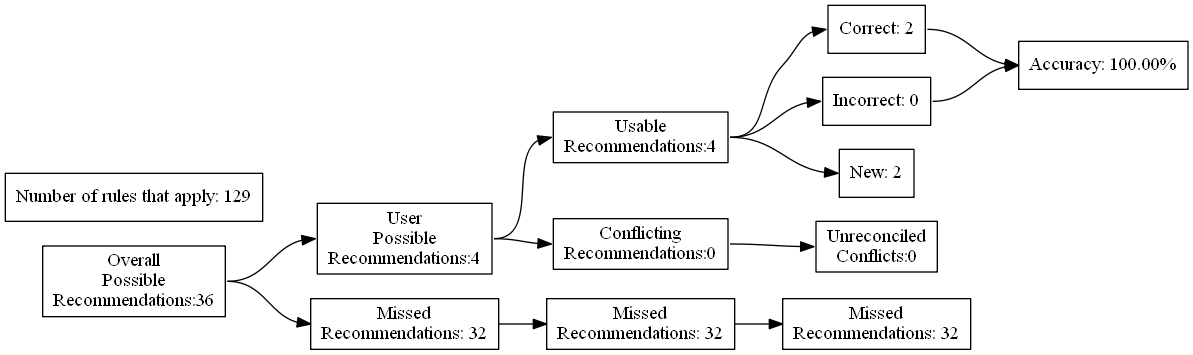
The Graphviz diagram test_renders/18.gv.png in ZaxR/ibd_diet_analysis, before a commit. Its source is kept beside it as test_renders/18.gv.
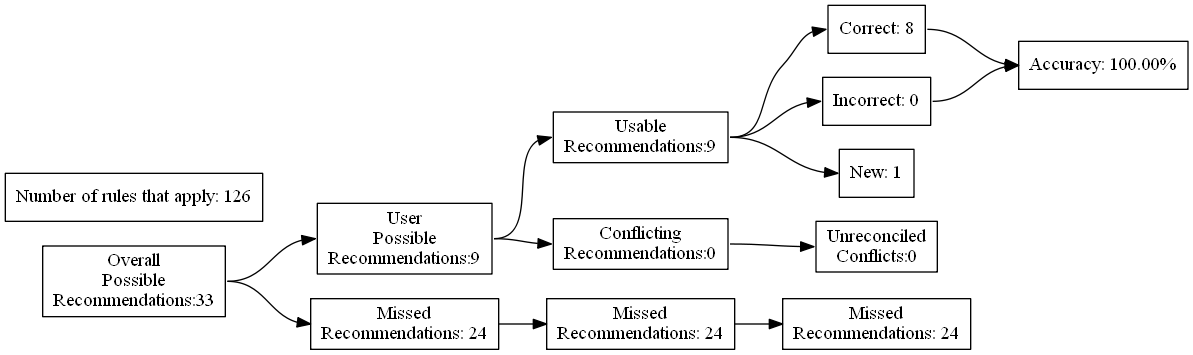
Later version of the same file.

What changed in the source:
```diff
@@ -4,27 +4,27 @@
 	edge [headport=w tailport=e]
 		A [label="Overall
 Possible
-Recommendations:36"]
+Recommendations:33"]
 		B [label="User
 Possible
-Recommendations:4"]
+Recommendations:9"]
 		C [label="Missed
-Recommendations: 32"]
+Recommendations: 24"]
 		D [label="Usable
-Recommendations:4"]
+Recommendations:9"]
 		E [label="Conflicting
 Recommendations:0"]
 		J [label="Missed
-Recommendations: 32"]
+Recommendations: 24"]
 		M [label="Unreconciled
 Conflicts:0"]
-		F [label="Correct: 2"]
+		F [label="Correct: 8"]
 		G [label="Incorrect: 0"]
-		H [label="New: 2"]
+		H [label="New: 1"]
 		K [label="Missed
-Recommendations: 32"]
+Recommendations: 24"]
 		I [label="Accuracy: 100.00%"]
-		l [label="Number of rules that apply: 129"]
+		l [label="Number of rules that apply: 126"]
 			A -> B
 			A -> C
 			B -> D
```
